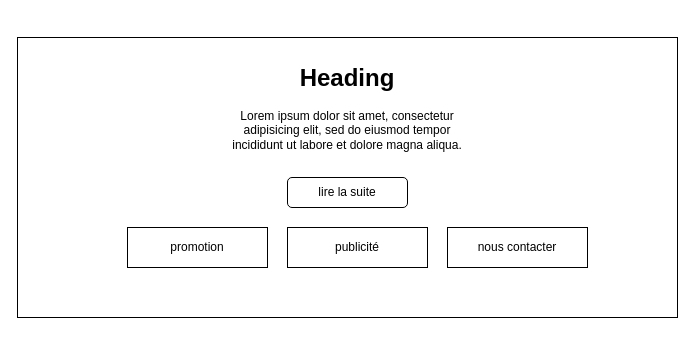
The draw.io diagram 04-bootstrap/jour03/04-center.dio in webdevproformation/NoCode-Paris13-2025-2026, before the edit. Source tidied: cells renumbered, new cells numbered last; positions are measured from the earlier drawing's top-left corner, leaving out a move shared by most shapes. Both pictures are drawn from the tidied source at 100%, with x=0, y=0 at pixel (17, 37).
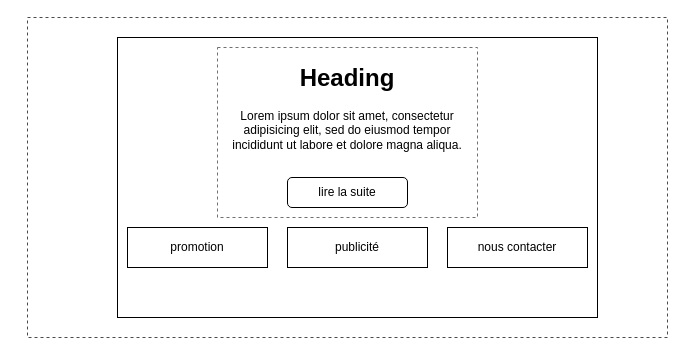
Above is the later version.

The edit, as a diff of the source:
```diff
@@
 <mxGraphModel>
   <root>
     <mxCell id="0" />
     <mxCell id="1" parent="0" />
     <mxCell id="2" style="rounded=0;whiteSpace=wrap;html=1;" parent="1" vertex="1">
-      <mxGeometry width="660" height="280" as="geometry" />
+      <mxGeometry x="100" width="480" height="280" as="geometry" />
     </mxCell>
     <mxCell id="3" value="&lt;h1 style=&quot;margin-top: 0px;&quot;&gt;Heading&lt;/h1&gt;&lt;p&gt;Lorem ipsum dolor sit amet, consectetur adipisicing elit, sed do eiusmod tempor incididunt ut labore et dolore magna aliqua.&lt;/p&gt;" style="text;html=1;whiteSpace=wrap;overflow=hidden;rounded=0;align=center;" parent="1" vertex="1">
       <mxGeometry x="200" y="20" width="260" height="120" as="geometry" />
     </mxCell>
     <mxCell id="4" value="lire la suite" style="rounded=1;whiteSpace=wrap;html=1;" parent="1" vertex="1">
       <mxGeometry x="270" y="140" width="120" height="30" as="geometry" />
     </mxCell>
     <mxCell id="5" value="promotion" style="rounded=0;whiteSpace=wrap;html=1;" parent="1" vertex="1">
       <mxGeometry x="110" y="190" width="140" height="40" as="geometry" />
     </mxCell>
     <mxCell id="6" value="publicité" style="rounded=0;whiteSpace=wrap;html=1;" parent="1" vertex="1">
       <mxGeometry x="270" y="190" width="140" height="40" as="geometry" />
     </mxCell>
     <mxCell id="7" value="nous contacter" style="rounded=0;whiteSpace=wrap;html=1;" parent="1" vertex="1">
       <mxGeometry x="430" y="190" width="140" height="40" as="geometry" />
     </mxCell>
+    <mxCell id="8" style="rounded=0;whiteSpace=wrap;html=1;fillColor=none;dashed=1;strokeColor=#FF3333;" parent="1" vertex="1">
+      <mxGeometry x="200" y="10" width="260" height="170" as="geometry" />
+    </mxCell>
+    <mxCell id="9" style="rounded=0;whiteSpace=wrap;html=1;fillColor=none;dashed=1;strokeColor=#3333FF;" parent="1" vertex="1">
+      <mxGeometry x="10" y="-20" width="640" height="320" as="geometry" />
+    </mxCell>
   </root>
 </mxGraphModel>
```
